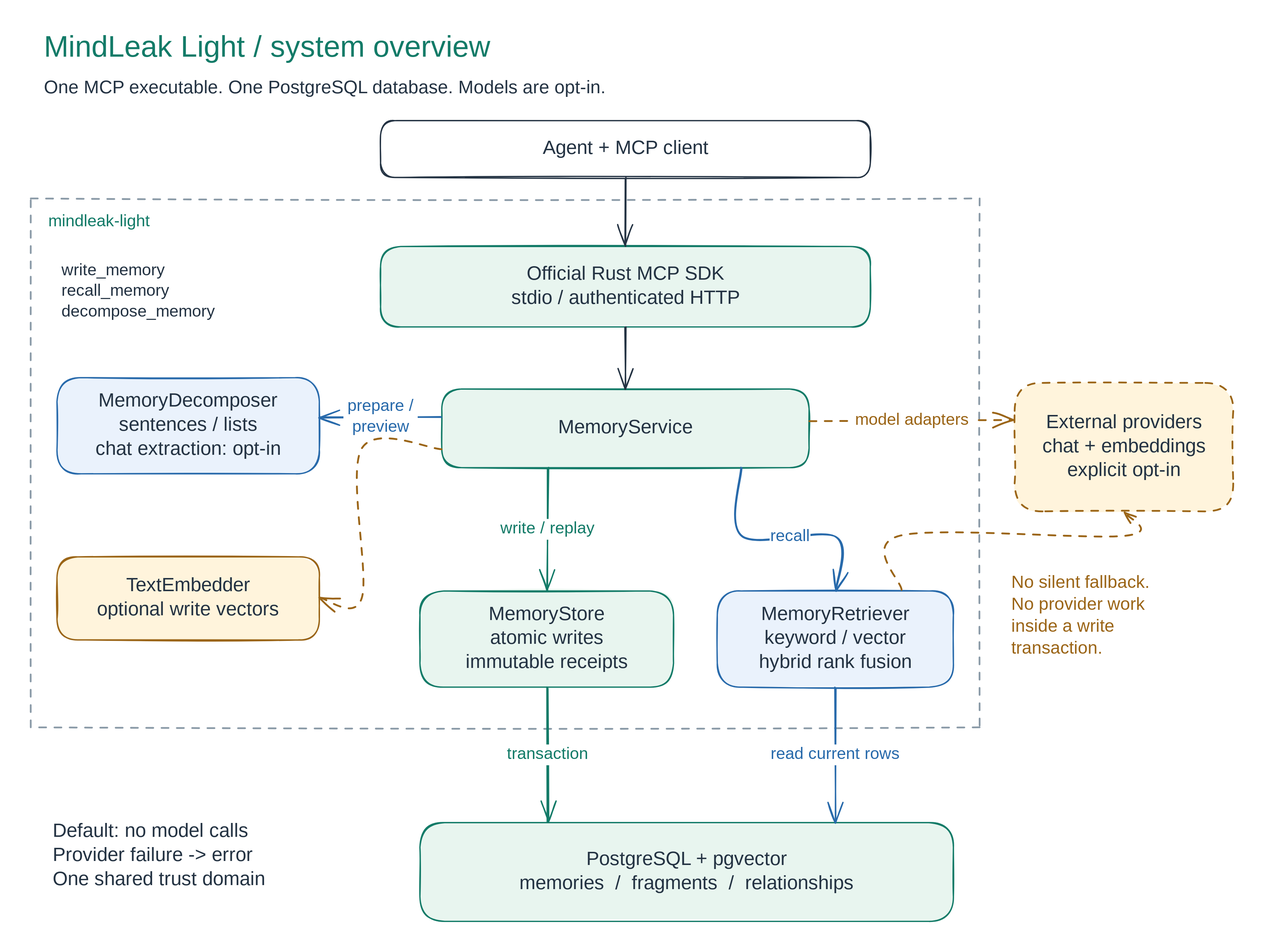
Earlier version of the Excalidraw export assets/architecture-overview.svg (monk-eee/MindLeak-Light). Source tidied: one line per element, renumbered; positions are measured from the earlier drawing's top-left corner, leaving out a move shared by most shapes.
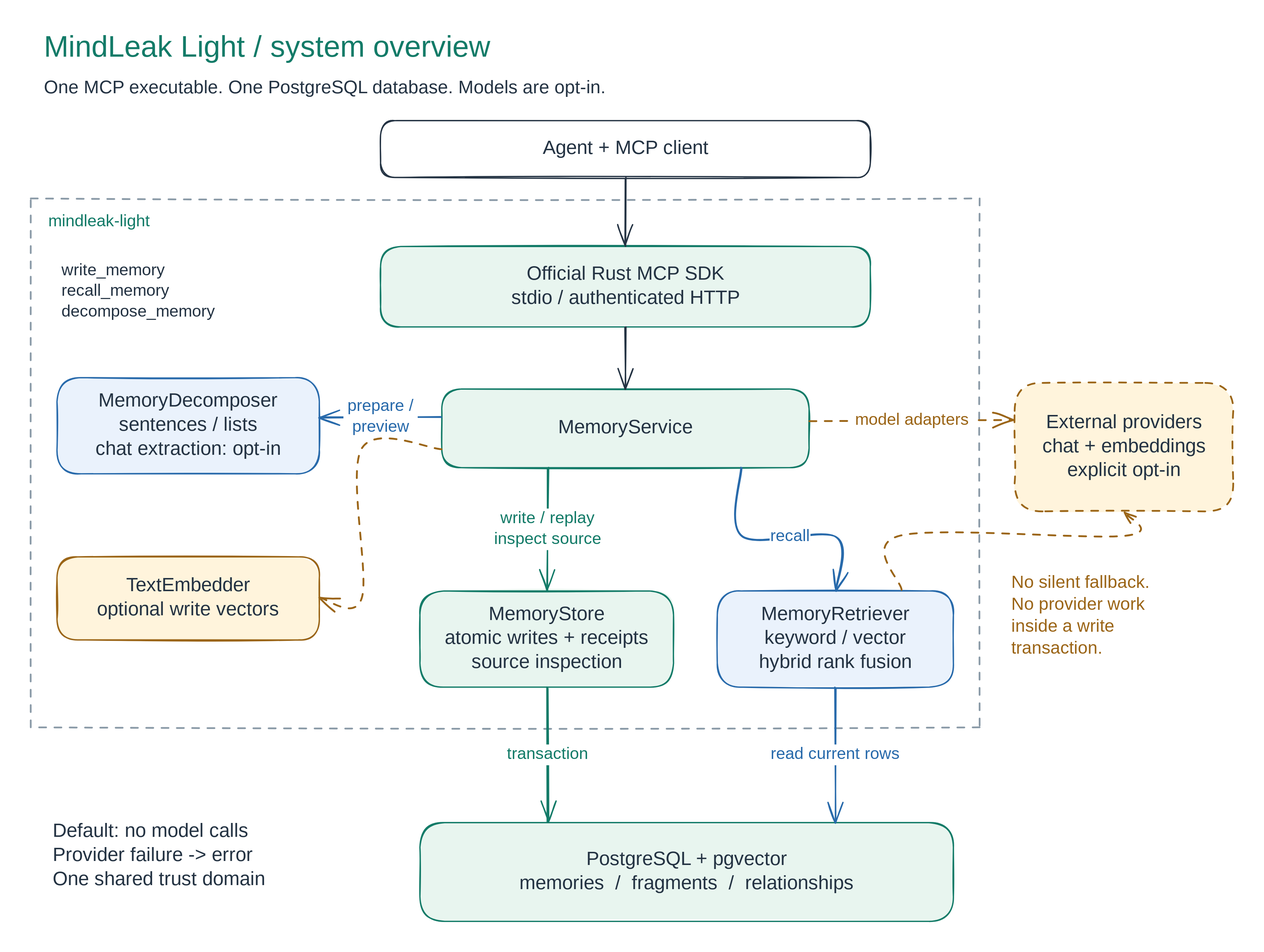
Above is the later version.

The edit, as a diff of the source:
```diff
@@ -29,12 +29,12 @@
 {"id": 28, "type": "text", "text": "MemoryService", "strokeColor": "#243343", "strokeWidth": 2, "roughness": 1, "fontSize": 22, "fontFamily": 5, "textAlign": "center", "verticalAlign": "middle", "inside": 6, "x": 604, "y": 441, "width": 152, "height": 28}
 {"id": 29, "type": "text", "text": "MemoryDecomposer\nsentences / lists\nchat extraction: opt-in", "strokeColor": "#243343", "strokeWidth": 2, "roughness": 1, "fontSize": 22, "fontFamily": 5, "textAlign": "center", "verticalAlign": "middle", "inside": 8, "x": 57, "y": 411, "width": 246, "height": 82}
 {"id": 30, "type": "text", "text": "TextEmbedder\noptional write vectors", "strokeColor": "#243343", "strokeWidth": 2, "roughness": 1, "fontSize": 22, "fontFamily": 5, "textAlign": "center", "verticalAlign": "middle", "inside": 9, "x": 61, "y": 622, "width": 237, "height": 55}
-{"id": 31, "type": "text", "text": "MemoryStore\natomic writes\nimmutable receipts", "strokeColor": "#243343", "strokeWidth": 2, "roughness": 1, "fontSize": 22, "fontFamily": 5, "textAlign": "center", "verticalAlign": "middle", "inside": 10, "x": 493, "y": 655, "width": 194, "height": 82}
+{"id": 31, "type": "text", "text": "MemoryStore\natomic writes + receipts\nsource inspection", "strokeColor": "#243343", "strokeWidth": 2, "roughness": 1, "fontSize": 22, "fontFamily": 5, "textAlign": "center", "verticalAlign": "middle", "inside": 10, "x": 461, "y": 655, "width": 258, "height": 82}
 {"id": 32, "type": "text", "text": "MemoryRetriever\nkeyword / vector\nhybrid rank fusion", "strokeColor": "#243343", "strokeWidth": 2, "roughness": 1, "fontSize": 22, "fontFamily": 5, "textAlign": "center", "verticalAlign": "middle", "inside": 11, "x": 824, "y": 655, "width": 191, "height": 82}
 {"id": 33, "type": "text", "text": "External providers\nchat + embeddings\nexplicit opt-in", "strokeColor": "#243343", "strokeWidth": 2, "roughness": 1, "fontSize": 22, "fontFamily": 5, "textAlign": "center", "verticalAlign": "middle", "inside": 12, "x": 1152, "y": 435, "width": 197, "height": 82}
 {"id": 34, "type": "text", "text": "PostgreSQL + pgvector\nmemories  /  fragments  /  relationships", "strokeColor": "#243343", "strokeWidth": 2, "roughness": 1, "fontSize": 22, "fontFamily": 5, "textAlign": "center", "verticalAlign": "middle", "inside": 13, "x": 536, "y": 935, "width": 428, "height": 55}
 {"id": 35, "type": "text", "text": "prepare /\npreview", "strokeColor": "#286aab", "strokeWidth": 2, "roughness": 1, "fontSize": 19, "fontFamily": 5, "textAlign": "center", "verticalAlign": "middle", "inside": 18, "x": 358, "y": 418, "width": 85, "height": 48}
-{"id": 36, "type": "text", "text": "write / replay", "strokeColor": "#137b68", "strokeWidth": 2, "roughness": 1, "fontSize": 19, "fontFamily": 5, "textAlign": "center", "verticalAlign": "middle", "inside": 20, "x": 528, "y": 559, "width": 126, "height": 24}
+{"id": 36, "type": "text", "text": "write / replay\ninspect source", "strokeColor": "#137b68", "strokeWidth": 2, "roughness": 1, "fontSize": 19, "fontFamily": 5, "textAlign": "center", "verticalAlign": "middle", "inside": 20, "x": 525, "y": 559, "width": 133, "height": 48}
 {"id": 37, "type": "text", "text": "recall", "strokeColor": "#286aab", "strokeWidth": 2, "roughness": 1, "fontSize": 19, "fontFamily": 5, "textAlign": "center", "verticalAlign": "middle", "inside": 21, "x": 845, "y": 567, "width": 47, "height": 24}
 {"id": 38, "type": "text", "text": "model adapters", "strokeColor": "#9b6517", "strokeWidth": 2, "roughness": 1, "fontSize": 19, "fontFamily": 5, "textAlign": "center", "verticalAlign": "middle", "inside": 22, "x": 937, "y": 434, "width": 140, "height": 24}
 {"id": 39, "type": "text", "text": "transaction", "strokeColor": "#137b68", "strokeWidth": 2, "roughness": 1, "fontSize": 19, "fontFamily": 5, "textAlign": "center", "verticalAlign": "middle", "inside": 24, "x": 538, "y": 817, "width": 106, "height": 24}
```
